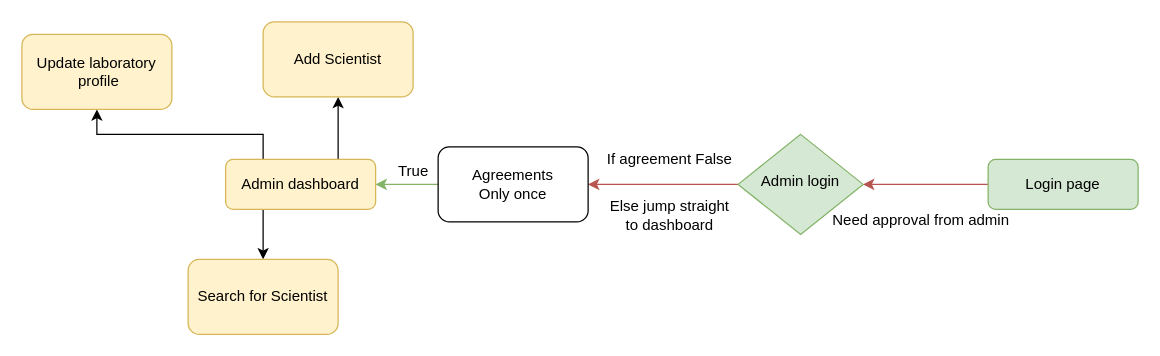
devopsw18/docs keeps this draw.io diagram as page "Laboratory Admin" (6 of 10) of docs/gettingstarted/flowchat/carelyoflowchat.drawio. Above is the earlier version. Source tidied: cells renumbered, new cells numbered last; positions are measured from the earlier drawing's top-left corner, leaving out a move shared by most shapes. Both pictures are drawn from the tidied source at 125%, with x=0, y=0 at pixel (21, 21).
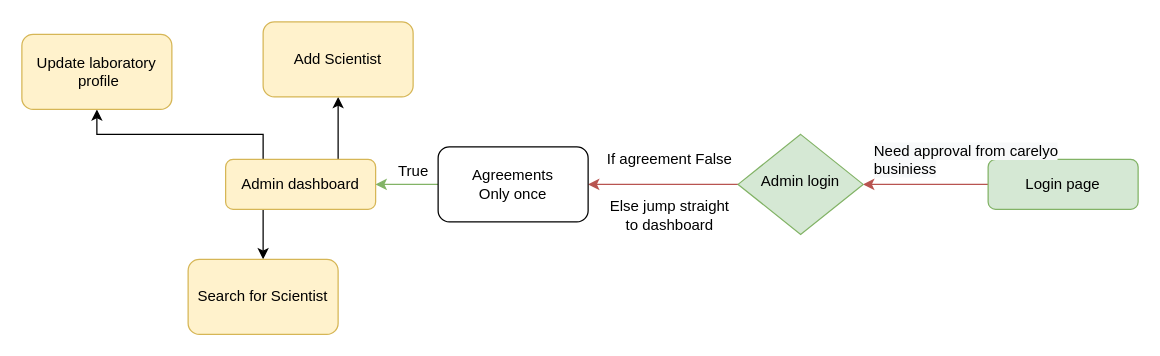
The same page after the edit.

The edit, as a diff of the source:
```diff
@@
-    <mxCell id="19" value="Need approval from admin" style="text;html=1;align=center;verticalAlign=middle;strokeColor=none;fillColor=none;" parent="1" vertex="1">
-      <mxGeometry x="643" y="150" width="152" height="18" as="geometry" />
+    <mxCell id="19" style="text;html=1;align=center;verticalAlign=middle;strokeColor=none;fillColor=none;" parent="1" vertex="1">
+      <mxGeometry x="709" y="149" width="20" height="20" as="geometry" />
     </mxCell>
+    <mxCell id="20" value="&lt;span style=&quot;color: rgb(0 , 0 , 0) ; font-family: &amp;#34;helvetica&amp;#34; ; font-size: 12px ; font-style: normal ; font-weight: 400 ; letter-spacing: normal ; text-align: center ; text-indent: 0px ; text-transform: none ; word-spacing: 0px ; background-color: rgb(248 , 249 , 250) ; display: inline ; float: none&quot;&gt;Need approval from carelyo businiess&lt;/span&gt;" style="text;whiteSpace=wrap;html=1;" parent="1" vertex="1">
+      <mxGeometry x="680" y="90" width="170" height="30" as="geometry" />
+    </mxCell>
```
